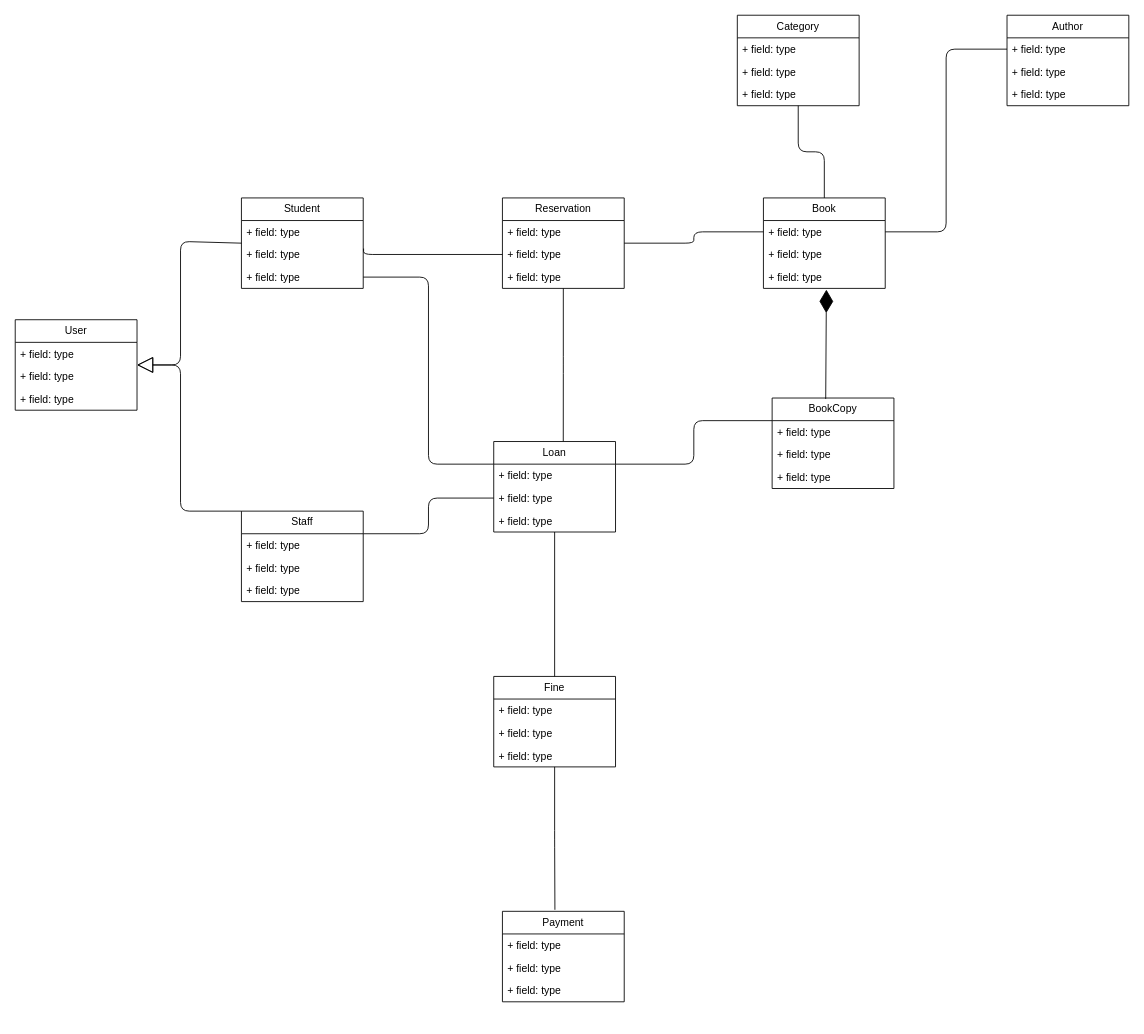
This is design/class_diagram.drawio from Reidex123/Spring_Lib_backend, a draw.io file, before an edit. Source tidied: cells renumbered, new cells numbered last; positions are measured from the earlier drawing's top-left corner, leaving out a move shared by most shapes. Both pictures are drawn from the tidied source at 87%, with x=0, y=0 at pixel (15, 15).
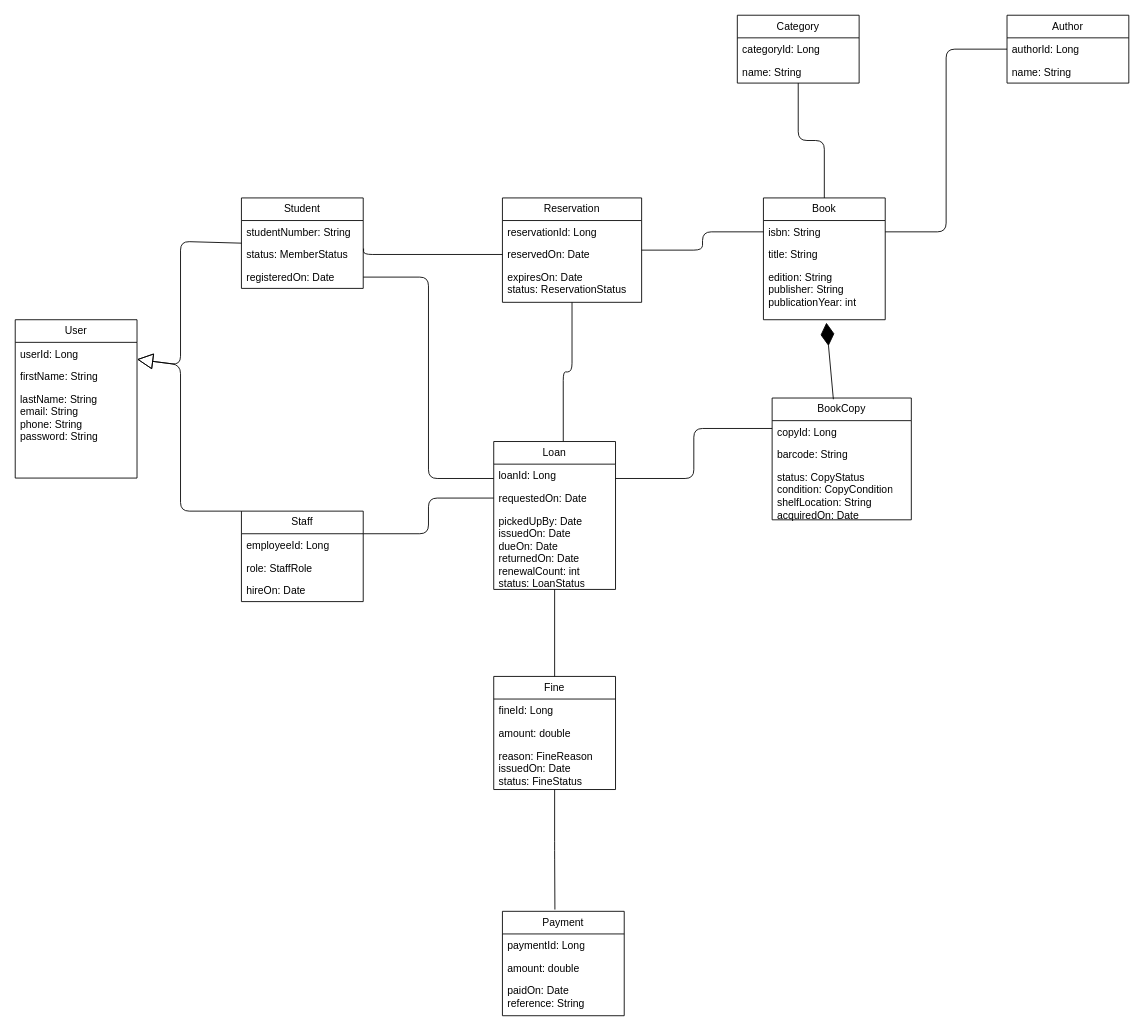
The same page after the edit.

Commit message:
refine the design of the models and entities

The change refers to these unchanged cells:
```xml
<mxCell id="6" value="Student" style="swimlane;fontStyle=0;horizontal=1;startSize=26;fillColor=none;whiteSpace=wrap;html=1;" parent="1" vertex="1">
  <mxGeometry x="260" y="210" width="140" height="104" as="geometry" />
</mxCell>
<mxCell id="10" value="Staff" style="swimlane;fontStyle=0;horizontal=1;startSize=26;fillColor=none;whiteSpace=wrap;html=1;" parent="1" vertex="1">
  <mxGeometry x="260" y="570" width="140" height="104" as="geometry" />
</mxCell>
```

What changed in the source:
```diff
@@
     <mxCell id="2" value="User" style="swimlane;fontStyle=0;horizontal=1;startSize=26;fillColor=none;whiteSpace=wrap;html=1;" parent="1" vertex="1">
-      <mxGeometry y="350" width="140" height="104" as="geometry" />
+      <mxGeometry y="350" width="140" height="182" as="geometry" />
     </mxCell>
-    <mxCell id="3" value="+ field: type" style="text;strokeColor=none;fillColor=none;align=left;verticalAlign=top;spacingLeft=4;spacingRight=4;overflow=hidden;whiteSpace=wrap;html=1;" parent="2" vertex="1">
+    <mxCell id="3" value="userId: Long" style="text;strokeColor=none;fillColor=none;align=left;verticalAlign=top;spacingLeft=4;spacingRight=4;overflow=hidden;whiteSpace=wrap;html=1;" parent="2" vertex="1">
       <mxGeometry y="26" width="140" height="26" as="geometry" />
     </mxCell>
-    <mxCell id="4" value="+ field: type" style="text;strokeColor=none;fillColor=none;align=left;verticalAlign=top;spacingLeft=4;spacingRight=4;overflow=hidden;whiteSpace=wrap;html=1;" parent="2" vertex="1">
+    <mxCell id="4" value="firstName: String" style="text;strokeColor=none;fillColor=none;align=left;verticalAlign=top;spacingLeft=4;spacingRight=4;overflow=hidden;whiteSpace=wrap;html=1;" parent="2" vertex="1">
       <mxGeometry y="52" width="140" height="26" as="geometry" />
     </mxCell>
-    <mxCell id="5" value="+ field: type" style="text;strokeColor=none;fillColor=none;align=left;verticalAlign=top;spacingLeft=4;spacingRight=4;overflow=hidden;whiteSpace=wrap;html=1;" parent="2" vertex="1">
-      <mxGeometry y="78" width="140" height="26" as="geometry" />
+    <mxCell id="5" value="lastName: String&lt;div&gt;email: String&lt;/div&gt;&lt;div&gt;phone: String&lt;/div&gt;&lt;div&gt;password: String&lt;/div&gt;" style="text;strokeColor=none;fillColor=none;align=left;verticalAlign=top;spacingLeft=4;spacingRight=4;overflow=hidden;whiteSpace=wrap;html=1;" parent="2" vertex="1">
+      <mxGeometry y="78" width="140" height="104" as="geometry" />
     </mxCell>
@@
-    <mxCell id="7" value="+ field: type" style="text;strokeColor=none;fillColor=none;align=left;verticalAlign=top;spacingLeft=4;spacingRight=4;overflow=hidden;whiteSpace=wrap;html=1;" parent="6" vertex="1">
+    <mxCell id="7" value="studentNumber: String" style="text;strokeColor=none;fillColor=none;align=left;verticalAlign=top;spacingLeft=4;spacingRight=4;overflow=hidden;whiteSpace=wrap;html=1;" parent="6" vertex="1">
       <mxGeometry y="26" width="140" height="26" as="geometry" />
     </mxCell>
-    <mxCell id="8" value="+ field: type" style="text;strokeColor=none;fillColor=none;align=left;verticalAlign=top;spacingLeft=4;spacingRight=4;overflow=hidden;points=[[0,0.5],[1,0.5]];portConstraint=eastwest;whiteSpace=wrap;html=1;" parent="6" vertex="1">
+    <mxCell id="8" value="status: MemberStatus" style="text;strokeColor=none;fillColor=none;align=left;verticalAlign=top;spacingLeft=4;spacingRight=4;overflow=hidden;points=[[0,0.5],[1,0.5]];portConstraint=eastwest;whiteSpace=wrap;html=1;" parent="6" vertex="1">
       <mxGeometry y="52" width="140" height="26" as="geometry" />
     </mxCell>
-    <mxCell id="9" value="+ field: type" style="text;strokeColor=none;fillColor=none;align=left;verticalAlign=top;spacingLeft=4;spacingRight=4;overflow=hidden;points=[[0,0.5],[1,0.5]];portConstraint=eastwest;whiteSpace=wrap;html=1;" parent="6" vertex="1">
+    <mxCell id="9" value="registeredOn: Date" style="text;strokeColor=none;fillColor=none;align=left;verticalAlign=top;spacingLeft=4;spacingRight=4;overflow=hidden;points=[[0,0.5],[1,0.5]];portConstraint=eastwest;whiteSpace=wrap;html=1;" parent="6" vertex="1">
       <mxGeometry y="78" width="140" height="26" as="geometry" />
     </mxCell>
@@
-    <mxCell id="11" value="+ field: type" style="text;strokeColor=none;fillColor=none;align=left;verticalAlign=top;spacingLeft=4;spacingRight=4;overflow=hidden;whiteSpace=wrap;html=1;" parent="10" vertex="1">
+    <mxCell id="11" value="employeeId: Long" style="text;strokeColor=none;fillColor=none;align=left;verticalAlign=top;spacingLeft=4;spacingRight=4;overflow=hidden;whiteSpace=wrap;html=1;" parent="10" vertex="1">
       <mxGeometry y="26" width="140" height="26" as="geometry" />
     </mxCell>
-    <mxCell id="12" value="+ field: type" style="text;strokeColor=none;fillColor=none;align=left;verticalAlign=top;spacingLeft=4;spacingRight=4;overflow=hidden;whiteSpace=wrap;html=1;" parent="10" vertex="1">
+    <mxCell id="12" value="role: StaffRole" style="text;strokeColor=none;fillColor=none;align=left;verticalAlign=top;spacingLeft=4;spacingRight=4;overflow=hidden;whiteSpace=wrap;html=1;" parent="10" vertex="1">
       <mxGeometry y="52" width="140" height="26" as="geometry" />
     </mxCell>
-    <mxCell id="13" value="+ field: type" style="text;strokeColor=none;fillColor=none;align=left;verticalAlign=top;spacingLeft=4;spacingRight=4;overflow=hidden;whiteSpace=wrap;html=1;" parent="10" vertex="1">
+    <mxCell id="13" value="hireOn: Date" style="text;strokeColor=none;fillColor=none;align=left;verticalAlign=top;spacingLeft=4;spacingRight=4;overflow=hidden;whiteSpace=wrap;html=1;" parent="10" vertex="1">
       <mxGeometry y="78" width="140" height="26" as="geometry" />
     </mxCell>
     <mxCell id="14" value="Reservation" style="swimlane;fontStyle=0;horizontal=1;startSize=26;fillColor=none;whiteSpace=wrap;html=1;" parent="1" vertex="1">
-      <mxGeometry x="560" y="210" width="140" height="104" as="geometry" />
+      <mxGeometry x="560" y="210" width="160" height="120" as="geometry" />
     </mxCell>
-    <mxCell id="15" value="+ field: type" style="text;strokeColor=none;fillColor=none;align=left;verticalAlign=top;spacingLeft=4;spacingRight=4;overflow=hidden;whiteSpace=wrap;html=1;" parent="14" vertex="1">
-      <mxGeometry y="26" width="140" height="26" as="geometry" />
+    <mxCell id="15" value="reservationId: Long" style="text;strokeColor=none;fillColor=none;align=left;verticalAlign=top;spacingLeft=4;spacingRight=4;overflow=hidden;whiteSpace=wrap;html=1;" parent="14" vertex="1">
+      <mxGeometry y="26" width="160" height="26" as="geometry" />
     </mxCell>
-    <mxCell id="16" value="+ field: type" style="text;strokeColor=none;fillColor=none;align=left;verticalAlign=top;spacingLeft=4;spacingRight=4;overflow=hidden;points=[[0,0.5],[1,0.5]];portConstraint=eastwest;whiteSpace=wrap;html=1;" parent="14" vertex="1">
-      <mxGeometry y="52" width="140" height="26" as="geometry" />
+    <mxCell id="16" value="reservedOn: Date" style="text;strokeColor=none;fillColor=none;align=left;verticalAlign=top;spacingLeft=4;spacingRight=4;overflow=hidden;points=[[0,0.5],[1,0.5]];portConstraint=eastwest;whiteSpace=wrap;html=1;" parent="14" vertex="1">
+      <mxGeometry y="52" width="160" height="26" as="geometry" />
     </mxCell>
-    <mxCell id="17" value="+ field: type" style="text;strokeColor=none;fillColor=none;align=left;verticalAlign=top;spacingLeft=4;spacingRight=4;overflow=hidden;whiteSpace=wrap;html=1;" parent="14" vertex="1">
-      <mxGeometry y="78" width="140" height="26" as="geometry" />
+    <mxCell id="17" value="expiresOn: Date&lt;div&gt;status: ReservationStatus&lt;/div&gt;" style="text;strokeColor=none;fillColor=none;align=left;verticalAlign=top;spacingLeft=4;spacingRight=4;overflow=hidden;whiteSpace=wrap;html=1;" parent="14" vertex="1">
+      <mxGeometry y="78" width="160" height="42" as="geometry" />
     </mxCell>
     <mxCell id="18" value="Loan" style="swimlane;fontStyle=0;horizontal=1;startSize=26;fillColor=none;whiteSpace=wrap;html=1;" parent="1" vertex="1">
-      <mxGeometry x="550" y="490" width="140" height="104" as="geometry" />
+      <mxGeometry x="550" y="490" width="140" height="170" as="geometry" />
     </mxCell>
-    <mxCell id="19" value="+ field: type" style="text;strokeColor=none;fillColor=none;align=left;verticalAlign=top;spacingLeft=4;spacingRight=4;overflow=hidden;whiteSpace=wrap;html=1;" parent="18" vertex="1">
+    <mxCell id="19" value="loanId: Long" style="text;strokeColor=none;fillColor=none;align=left;verticalAlign=top;spacingLeft=4;spacingRight=4;overflow=hidden;whiteSpace=wrap;html=1;" parent="18" vertex="1">
       <mxGeometry y="26" width="140" height="26" as="geometry" />
     </mxCell>
-    <mxCell id="20" value="+ field: type" style="text;strokeColor=none;fillColor=none;align=left;verticalAlign=top;spacingLeft=4;spacingRight=4;overflow=hidden;points=[[0,0.5],[1,0.5]];portConstraint=eastwest;whiteSpace=wrap;html=1;" parent="18" vertex="1">
+    <mxCell id="20" value="requestedOn: Date" style="text;strokeColor=none;fillColor=none;align=left;verticalAlign=top;spacingLeft=4;spacingRight=4;overflow=hidden;points=[[0,0.5],[1,0.5]];portConstraint=eastwest;whiteSpace=wrap;html=1;" parent="18" vertex="1">
       <mxGeometry y="52" width="140" height="26" as="geometry" />
     </mxCell>
-    <mxCell id="21" value="+ field: type" style="text;strokeColor=none;fillColor=none;align=left;verticalAlign=top;spacingLeft=4;spacingRight=4;overflow=hidden;whiteSpace=wrap;html=1;" parent="18" vertex="1">
-      <mxGeometry y="78" width="140" height="26" as="geometry" />
+    <mxCell id="21" value="pickedUpBy: Date&lt;div&gt;issuedOn: Date&lt;/div&gt;&lt;div&gt;dueOn: Date&lt;/div&gt;&lt;div&gt;returnedOn: Date&lt;/div&gt;&lt;div&gt;renewalCount: int&lt;/div&gt;&lt;div&gt;status: LoanStatus&lt;/div&gt;" style="text;strokeColor=none;fillColor=none;align=left;verticalAlign=top;spacingLeft=4;spacingRight=4;overflow=hidden;whiteSpace=wrap;html=1;" parent="18" vertex="1">
+      <mxGeometry y="78" width="140" height="92" as="geometry" />
     </mxCell>
     <mxCell id="22" value="Fine" style="swimlane;fontStyle=0;horizontal=1;startSize=26;fillColor=none;whiteSpace=wrap;html=1;" parent="1" vertex="1">
-      <mxGeometry x="550" y="760" width="140" height="104" as="geometry" />
+      <mxGeometry x="550" y="760" width="140" height="130" as="geometry" />
     </mxCell>
-    <mxCell id="23" value="+ field: type" style="text;strokeColor=none;fillColor=none;align=left;verticalAlign=top;spacingLeft=4;spacingRight=4;overflow=hidden;whiteSpace=wrap;html=1;" parent="22" vertex="1">
+    <mxCell id="23" value="fineId: Long" style="text;strokeColor=none;fillColor=none;align=left;verticalAlign=top;spacingLeft=4;spacingRight=4;overflow=hidden;whiteSpace=wrap;html=1;" parent="22" vertex="1">
       <mxGeometry y="26" width="140" height="26" as="geometry" />
     </mxCell>
-    <mxCell id="24" value="+ field: type" style="text;strokeColor=none;fillColor=none;align=left;verticalAlign=top;spacingLeft=4;spacingRight=4;overflow=hidden;whiteSpace=wrap;html=1;" parent="22" vertex="1">
+    <mxCell id="24" value="amount: double" style="text;strokeColor=none;fillColor=none;align=left;verticalAlign=top;spacingLeft=4;spacingRight=4;overflow=hidden;whiteSpace=wrap;html=1;" parent="22" vertex="1">
       <mxGeometry y="52" width="140" height="26" as="geometry" />
     </mxCell>
-    <mxCell id="25" value="+ field: type" style="text;strokeColor=none;fillColor=none;align=left;verticalAlign=top;spacingLeft=4;spacingRight=4;overflow=hidden;whiteSpace=wrap;html=1;" parent="22" vertex="1">
-      <mxGeometry y="78" width="140" height="26" as="geometry" />
+    <mxCell id="25" value="reason: FineReason&lt;div&gt;issuedOn: Date&lt;/div&gt;&lt;div&gt;status: FineStatus&lt;/div&gt;" style="text;strokeColor=none;fillColor=none;align=left;verticalAlign=top;spacingLeft=4;spacingRight=4;overflow=hidden;whiteSpace=wrap;html=1;" parent="22" vertex="1">
+      <mxGeometry y="78" width="140" height="52" as="geometry" />
     </mxCell>
     <mxCell id="26" value="Payment" style="swimlane;fontStyle=0;horizontal=1;startSize=26;fillColor=none;whiteSpace=wrap;html=1;" parent="1" vertex="1">
-      <mxGeometry x="560" y="1030" width="140" height="104" as="geometry" />
+      <mxGeometry x="560" y="1030" width="140" height="120" as="geometry" />
     </mxCell>
-    <mxCell id="27" value="+ field: type" style="text;strokeColor=none;fillColor=none;align=left;verticalAlign=top;spacingLeft=4;spacingRight=4;overflow=hidden;whiteSpace=wrap;html=1;" parent="26" vertex="1">
+    <mxCell id="27" value="paymentId: Long" style="text;strokeColor=none;fillColor=none;align=left;verticalAlign=top;spacingLeft=4;spacingRight=4;overflow=hidden;whiteSpace=wrap;html=1;" parent="26" vertex="1">
       <mxGeometry y="26" width="140" height="26" as="geometry" />
     </mxCell>
-    <mxCell id="28" value="+ field: type" style="text;strokeColor=none;fillColor=none;align=left;verticalAlign=top;spacingLeft=4;spacingRight=4;overflow=hidden;whiteSpace=wrap;html=1;" parent="26" vertex="1">
+    <mxCell id="28" value="amount: double" style="text;strokeColor=none;fillColor=none;align=left;verticalAlign=top;spacingLeft=4;spacingRight=4;overflow=hidden;whiteSpace=wrap;html=1;" parent="26" vertex="1">
       <mxGeometry y="52" width="140" height="26" as="geometry" />
     </mxCell>
-    <mxCell id="29" value="+ field: type" style="text;strokeColor=none;fillColor=none;align=left;verticalAlign=top;spacingLeft=4;spacingRight=4;overflow=hidden;whiteSpace=wrap;html=1;" parent="26" vertex="1">
-      <mxGeometry y="78" width="140" height="26" as="geometry" />
+    <mxCell id="29" value="paidOn: Date&lt;div&gt;reference: String&lt;/div&gt;" style="text;strokeColor=none;fillColor=none;align=left;verticalAlign=top;spacingLeft=4;spacingRight=4;overflow=hidden;whiteSpace=wrap;html=1;" parent="26" vertex="1">
+      <mxGeometry y="78" width="140" height="42" as="geometry" />
     </mxCell>
     <mxCell id="30" value="Book" style="swimlane;fontStyle=0;horizontal=1;startSize=26;fillColor=none;whiteSpace=wrap;html=1;" parent="1" vertex="1">
-      <mxGeometry x="860" y="210" width="140" height="104" as="geometry" />
+      <mxGeometry x="860" y="210" width="140" height="140" as="geometry" />
     </mxCell>
-    <mxCell id="31" value="+ field: type" style="text;strokeColor=none;fillColor=none;align=left;verticalAlign=top;spacingLeft=4;spacingRight=4;overflow=hidden;points=[[0,0.5],[1,0.5]];portConstraint=eastwest;whiteSpace=wrap;html=1;" parent="30" vertex="1">
+    <mxCell id="31" value="isbn: String" style="text;strokeColor=none;fillColor=none;align=left;verticalAlign=top;spacingLeft=4;spacingRight=4;overflow=hidden;points=[[0,0.5],[1,0.5]];portConstraint=eastwest;whiteSpace=wrap;html=1;" parent="30" vertex="1">
       <mxGeometry y="26" width="140" height="26" as="geometry" />
     </mxCell>
-    <mxCell id="32" value="+ field: type" style="text;strokeColor=none;fillColor=none;align=left;verticalAlign=top;spacingLeft=4;spacingRight=4;overflow=hidden;whiteSpace=wrap;html=1;" parent="30" vertex="1">
+    <mxCell id="32" value="title: String" style="text;strokeColor=none;fillColor=none;align=left;verticalAlign=top;spacingLeft=4;spacingRight=4;overflow=hidden;whiteSpace=wrap;html=1;" parent="30" vertex="1">
       <mxGeometry y="52" width="140" height="26" as="geometry" />
     </mxCell>
-    <mxCell id="33" value="+ field: type" style="text;strokeColor=none;fillColor=none;align=left;verticalAlign=top;spacingLeft=4;spacingRight=4;overflow=hidden;points=[[0,0.5],[1,0.5]];portConstraint=eastwest;whiteSpace=wrap;html=1;" parent="30" vertex="1">
-      <mxGeometry y="78" width="140" height="26" as="geometry" />
+    <mxCell id="33" value="edition: String&lt;div&gt;publisher: String&lt;/div&gt;&lt;div&gt;publicationYear: int&lt;/div&gt;" style="text;strokeColor=none;fillColor=none;align=left;verticalAlign=top;spacingLeft=4;spacingRight=4;overflow=hidden;points=[[0,0.5],[1,0.5]];portConstraint=eastwest;whiteSpace=wrap;html=1;" parent="30" vertex="1">
+      <mxGeometry y="78" width="140" height="62" as="geometry" />
     </mxCell>
     <mxCell id="34" value="BookCopy" style="swimlane;fontStyle=0;horizontal=1;startSize=26;fillColor=none;whiteSpace=wrap;html=1;" parent="1" vertex="1">
-      <mxGeometry x="870" y="440" width="140" height="104" as="geometry" />
+      <mxGeometry x="870" y="440" width="160" height="140" as="geometry" />
     </mxCell>
-    <mxCell id="35" value="+ field: type" style="text;strokeColor=none;fillColor=none;align=left;verticalAlign=top;spacingLeft=4;spacingRight=4;overflow=hidden;whiteSpace=wrap;html=1;" parent="34" vertex="1">
-      <mxGeometry y="26" width="140" height="26" as="geometry" />
+    <mxCell id="35" value="copyId: Long" style="text;strokeColor=none;fillColor=none;align=left;verticalAlign=top;spacingLeft=4;spacingRight=4;overflow=hidden;whiteSpace=wrap;html=1;" parent="34" vertex="1">
+      <mxGeometry y="26" width="160" height="26" as="geometry" />
     </mxCell>
-    <mxCell id="36" value="+ field: type" style="text;strokeColor=none;fillColor=none;align=left;verticalAlign=top;spacingLeft=4;spacingRight=4;overflow=hidden;whiteSpace=wrap;html=1;" parent="34" vertex="1">
-      <mxGeometry y="52" width="140" height="26" as="geometry" />
+    <mxCell id="36" value="barcode: String" style="text;strokeColor=none;fillColor=none;align=left;verticalAlign=top;spacingLeft=4;spacingRight=4;overflow=hidden;whiteSpace=wrap;html=1;" parent="34" vertex="1">
+      <mxGeometry y="52" width="160" height="26" as="geometry" />
     </mxCell>
-    <mxCell id="37" value="+ field: type" style="text;strokeColor=none;fillColor=none;align=left;verticalAlign=top;spacingLeft=4;spacingRight=4;overflow=hidden;whiteSpace=wrap;html=1;" parent="34" vertex="1">
-      <mxGeometry y="78" width="140" height="26" as="geometry" />
+    <mxCell id="37" value="status: CopyStatus&lt;div&gt;condition: CopyCondition&lt;/div&gt;&lt;div&gt;shelfLocation: String&lt;/div&gt;&lt;div&gt;acquiredOn: Date&lt;/div&gt;" style="text;strokeColor=none;fillColor=none;align=left;verticalAlign=top;spacingLeft=4;spacingRight=4;overflow=hidden;whiteSpace=wrap;html=1;" parent="34" vertex="1">
+      <mxGeometry y="78" width="160" height="62" as="geometry" />
     </mxCell>
     <mxCell id="38" value="Author" style="swimlane;fontStyle=0;horizontal=1;startSize=26;fillColor=none;whiteSpace=wrap;html=1;" parent="1" vertex="1">
-      <mxGeometry x="1140" width="140" height="104" as="geometry" />
+      <mxGeometry x="1140" width="140" height="78" as="geometry" />
     </mxCell>
-    <mxCell id="39" value="+ field: type" style="text;strokeColor=none;fillColor=none;align=left;verticalAlign=top;spacingLeft=4;spacingRight=4;overflow=hidden;points=[[0,0.5],[1,0.5]];portConstraint=eastwest;whiteSpace=wrap;html=1;" parent="38" vertex="1">
+    <mxCell id="39" value="authorId: Long" style="text;strokeColor=none;fillColor=none;align=left;verticalAlign=top;spacingLeft=4;spacingRight=4;overflow=hidden;points=[[0,0.5],[1,0.5]];portConstraint=eastwest;whiteSpace=wrap;html=1;" parent="38" vertex="1">
       <mxGeometry y="26" width="140" height="26" as="geometry" />
     </mxCell>
-    <mxCell id="40" value="+ field: type" style="text;strokeColor=none;fillColor=none;align=left;verticalAlign=top;spacingLeft=4;spacingRight=4;overflow=hidden;whiteSpace=wrap;html=1;" parent="38" vertex="1">
+    <mxCell id="40" value="name: String" style="text;strokeColor=none;fillColor=none;align=left;verticalAlign=top;spacingLeft=4;spacingRight=4;overflow=hidden;whiteSpace=wrap;html=1;" parent="38" vertex="1">
       <mxGeometry y="52" width="140" height="26" as="geometry" />
     </mxCell>
-    <mxCell id="41" value="+ field: type" style="text;strokeColor=none;fillColor=none;align=left;verticalAlign=top;spacingLeft=4;spacingRight=4;overflow=hidden;whiteSpace=wrap;html=1;" parent="38" vertex="1">
-      <mxGeometry y="78" width="140" height="26" as="geometry" />
-    </mxCell>
     <mxCell id="42" value="Category" style="swimlane;fontStyle=0;horizontal=1;startSize=26;fillColor=none;whiteSpace=wrap;html=1;" parent="1" vertex="1">
-      <mxGeometry x="830" width="140" height="104" as="geometry" />
+      <mxGeometry x="830" width="140" height="78" as="geometry" />
     </mxCell>
-    <mxCell id="43" value="+ field: type" style="text;strokeColor=none;fillColor=none;align=left;verticalAlign=top;spacingLeft=4;spacingRight=4;overflow=hidden;whiteSpace=wrap;html=1;" parent="42" vertex="1">
+    <mxCell id="43" value="categoryId: Long" style="text;strokeColor=none;fillColor=none;align=left;verticalAlign=top;spacingLeft=4;spacingRight=4;overflow=hidden;whiteSpace=wrap;html=1;" parent="42" vertex="1">
       <mxGeometry y="26" width="140" height="26" as="geometry" />
     </mxCell>
-    <mxCell id="44" value="+ field: type" style="text;strokeColor=none;fillColor=none;align=left;verticalAlign=top;spacingLeft=4;spacingRight=4;overflow=hidden;whiteSpace=wrap;html=1;" parent="42" vertex="1">
+    <mxCell id="44" value="name: String" style="text;strokeColor=none;fillColor=none;align=left;verticalAlign=top;spacingLeft=4;spacingRight=4;overflow=hidden;whiteSpace=wrap;html=1;" parent="42" vertex="1">
       <mxGeometry y="52" width="140" height="26" as="geometry" />
     </mxCell>
-    <mxCell id="45" value="+ field: type" style="text;strokeColor=none;fillColor=none;align=left;verticalAlign=top;spacingLeft=4;spacingRight=4;overflow=hidden;whiteSpace=wrap;html=1;" parent="42" vertex="1">
-      <mxGeometry y="78" width="140" height="26" as="geometry" />
-    </mxCell>
@@
-    <mxCell id="57" style="endArrow=block;endSize=16;endFill=0;html=1;entryX=1;entryY=0.5;entryDx=0;entryDy=0;exitX=0;exitY=0.5;exitDx=0;exitDy=0;" parent="1" edge="1" source="6" target="2">
-      <mxGeometry x="-0.01" relative="1" as="geometry">
+    <mxCell id="57" style="endArrow=block;endSize=16;endFill=0;html=1;entryX=1;entryY=0.25;entryDx=0;entryDy=0;exitX=0;exitY=0.5;exitDx=0;exitDy=0;" parent="1" edge="1" source="6" target="2">
+      <mxGeometry x="0.04" relative="1" as="geometry">
         <Array as="points">
           <mxPoint x="190" y="260" />
           <mxPoint x="190" y="402" />
         </Array>
       </mxGeometry>
     </mxCell>
-    <mxCell id="58" style="endArrow=block;endSize=16;endFill=0;html=1;entryX=1;entryY=0.5;entryDx=0;entryDy=0;exitX=0;exitY=0;exitDx=0;exitDy=0;" parent="1" edge="1" source="10" target="2">
-      <mxGeometry x="0.01" relative="1" as="geometry">
+    <mxCell id="58" style="endArrow=block;endSize=16;endFill=0;html=1;entryX=1;entryY=0.25;entryDx=0;entryDy=0;exitX=0;exitY=0;exitDx=0;exitDy=0;" parent="1" edge="1" source="10" target="2">
+      <mxGeometry x="0.05" relative="1" as="geometry">
         <Array as="points">
           <mxPoint x="190" y="570" />
           <mxPoint x="190" y="402" />
         </Array>
       </mxGeometry>
     </mxCell>
```
